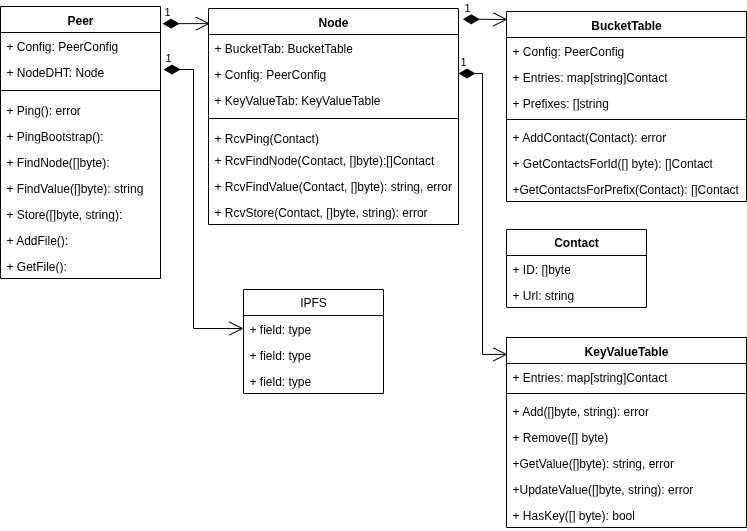
Earlier version of the draw.io export docs/DiagramaDeClasesPeer.png (rafaelputaro/tp7561). Source tidied: cells renumbered, new cells last; positions are measured from the earlier drawing's top-left corner, leaving out a move shared by most shapes.
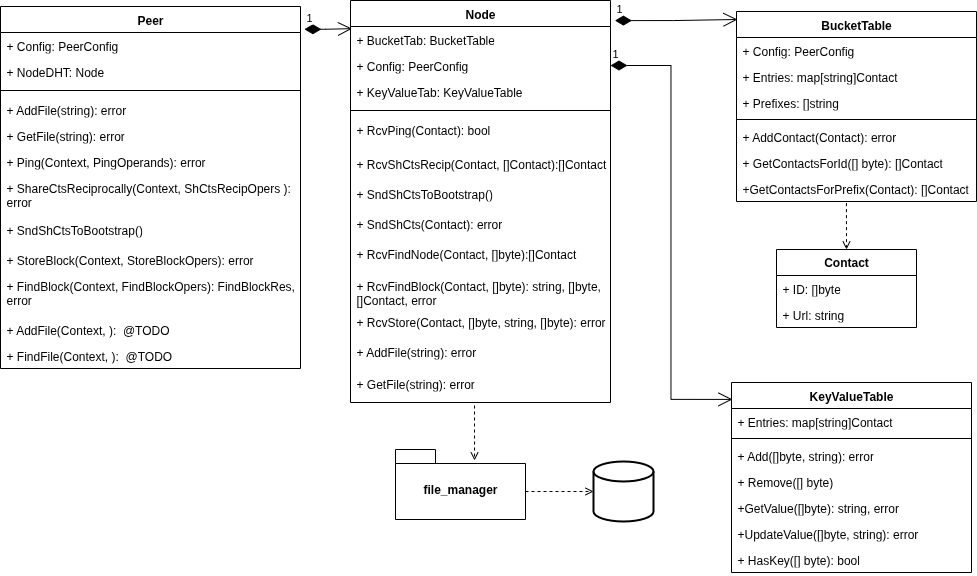
After the change.

Diff of the diagram source:
```diff
@@ -6,76 +6,88 @@
       <mxGeometry x="-1" y="3" relative="1" as="geometry" />
     </mxCell>
     <mxCell id="3" value="Peer" style="swimlane;fontStyle=1;align=center;verticalAlign=top;horizontal=1;startSize=26;whiteSpace=wrap;html=1;" parent="1" vertex="1">
-      <mxGeometry width="160" height="272" as="geometry" />
+      <mxGeometry y="8" width="300" height="362" as="geometry" />
     </mxCell>
     <mxCell id="4" value="+ Config: PeerConfig" style="text;strokeColor=none;fillColor=none;align=left;verticalAlign=top;spacingLeft=4;spacingRight=4;overflow=hidden;whiteSpace=wrap;html=1;" parent="3" vertex="1">
-      <mxGeometry y="26" width="160" height="26" as="geometry" />
+      <mxGeometry y="26" width="300" height="26" as="geometry" />
     </mxCell>
     <mxCell id="5" value="+ NodeDHT: Node" style="text;strokeColor=none;fillColor=none;align=left;verticalAlign=top;spacingLeft=4;spacingRight=4;overflow=hidden;whiteSpace=wrap;html=1;" parent="3" vertex="1">
-      <mxGeometry y="52" width="160" height="26" as="geometry" />
+      <mxGeometry y="52" width="300" height="26" as="geometry" />
     </mxCell>
     <mxCell id="6" style="line;strokeWidth=1;fillColor=none;align=left;verticalAlign=middle;spacingTop=-1;spacingLeft=3;spacingRight=3;labelPosition=right;strokeColor=inherit;" parent="3" vertex="1">
-      <mxGeometry y="78" width="160" height="12" as="geometry" />
+      <mxGeometry y="78" width="300" height="12" as="geometry" />
     </mxCell>
+    <mxCell id="12" value="+ AddFile(string): error" style="text;strokeColor=none;fillColor=none;align=left;verticalAlign=top;spacingLeft=4;spacingRight=4;overflow=hidden;whiteSpace=wrap;html=1;" parent="3" vertex="1">
+      <mxGeometry y="90" width="300" height="26" as="geometry" />
+    </mxCell>
+    <mxCell id="13" value="+ GetFile(string): error" style="text;strokeColor=none;fillColor=none;align=left;verticalAlign=top;spacingLeft=4;spacingRight=4;overflow=hidden;whiteSpace=wrap;html=1;" parent="3" vertex="1">
+      <mxGeometry y="116" width="300" height="26" as="geometry" />
+    </mxCell>
-    <mxCell id="7" value="+ Ping(): error" style="text;strokeColor=none;fillColor=none;align=left;verticalAlign=top;spacingLeft=4;spacingRight=4;overflow=hidden;whiteSpace=wrap;html=1;" parent="3" vertex="1">
-      <mxGeometry y="90" width="160" height="26" as="geometry" />
+    <mxCell id="7" value="+ Ping(Context, PingOperands): error" style="text;strokeColor=none;fillColor=none;align=left;verticalAlign=top;spacingLeft=4;spacingRight=4;overflow=hidden;whiteSpace=wrap;html=1;" parent="3" vertex="1">
+      <mxGeometry y="142" width="300" height="26" as="geometry" />
     </mxCell>
-    <mxCell id="8" value="+ PingBootstrap():" style="text;strokeColor=none;fillColor=none;align=left;verticalAlign=top;spacingLeft=4;spacingRight=4;overflow=hidden;whiteSpace=wrap;html=1;" parent="3" vertex="1">
-      <mxGeometry y="116" width="160" height="26" as="geometry" />
+    <mxCell id="8" value="+ ShareC&lt;span style=&quot;background-color: transparent; color: light-dark(rgb(0, 0, 0), rgb(255, 255, 255));&quot;&gt;tsReciprocally&lt;/span&gt;&lt;span style=&quot;background-color: transparent; color: light-dark(rgb(0, 0, 0), rgb(255, 255, 255));&quot;&gt;(Context, ShCtsRecipOpers ): error&lt;/span&gt;" style="text;strokeColor=none;fillColor=none;align=left;verticalAlign=top;spacingLeft=4;spacingRight=4;overflow=hidden;whiteSpace=wrap;html=1;" parent="3" vertex="1">
+      <mxGeometry y="168" width="300" height="42" as="geometry" />
     </mxCell>
+    <mxCell id="49" value="+ SndShCtsToBootstrap&lt;span style=&quot;background-color: transparent; color: light-dark(rgb(0, 0, 0), rgb(255, 255, 255));&quot;&gt;()&lt;/span&gt;" style="text;strokeColor=none;fillColor=none;align=left;verticalAlign=top;spacingLeft=4;spacingRight=4;overflow=hidden;whiteSpace=wrap;html=1;" parent="3" vertex="1">
+      <mxGeometry y="210" width="300" height="30" as="geometry" />
+    </mxCell>
-    <mxCell id="9" value="+ FindNode([]byte):" style="text;strokeColor=none;fillColor=none;align=left;verticalAlign=top;spacingLeft=4;spacingRight=4;overflow=hidden;whiteSpace=wrap;html=1;" parent="3" vertex="1">
-      <mxGeometry y="142" width="160" height="26" as="geometry" />
+    <mxCell id="9" value="+ StoreBlock(Context, StoreBlockOpers): error" style="text;strokeColor=none;fillColor=none;align=left;verticalAlign=top;spacingLeft=4;spacingRight=4;overflow=hidden;whiteSpace=wrap;html=1;" parent="3" vertex="1">
+      <mxGeometry y="240" width="300" height="26" as="geometry" />
     </mxCell>
-    <mxCell id="10" value="+ FindValue([]byte): string" style="text;strokeColor=none;fillColor=none;align=left;verticalAlign=top;spacingLeft=4;spacingRight=4;overflow=hidden;whiteSpace=wrap;html=1;" parent="3" vertex="1">
-      <mxGeometry y="168" width="160" height="26" as="geometry" />
+    <mxCell id="10" value="+ FindBlock&lt;span style=&quot;background-color: transparent; color: light-dark(rgb(0, 0, 0), rgb(255, 255, 255));&quot;&gt;(Context, FindBlockOpers): FindBlockRes, error&lt;/span&gt;" style="text;strokeColor=none;fillColor=none;align=left;verticalAlign=top;spacingLeft=4;spacingRight=4;overflow=hidden;whiteSpace=wrap;html=1;" parent="3" vertex="1">
+      <mxGeometry y="266" width="300" height="44" as="geometry" />
     </mxCell>
-    <mxCell id="11" value="+ Store([]byte, string):" style="text;strokeColor=none;fillColor=none;align=left;verticalAlign=top;spacingLeft=4;spacingRight=4;overflow=hidden;whiteSpace=wrap;html=1;" parent="3" vertex="1">
-      <mxGeometry y="194" width="160" height="26" as="geometry" />
-    </mxCell>
-    <mxCell id="12" value="+ AddFile():" style="text;strokeColor=none;fillColor=none;align=left;verticalAlign=top;spacingLeft=4;spacingRight=4;overflow=hidden;whiteSpace=wrap;html=1;" parent="3" vertex="1">
-      <mxGeometry y="220" width="160" height="26" as="geometry" />
-    </mxCell>
-    <mxCell id="13" value="+ GetFile():" style="text;strokeColor=none;fillColor=none;align=left;verticalAlign=top;spacingLeft=4;spacingRight=4;overflow=hidden;whiteSpace=wrap;html=1;" parent="3" vertex="1">
-      <mxGeometry y="246" width="160" height="26" as="geometry" />
-    </mxCell>
+    <mxCell id="50" value="+ AddFile(Context, ):&amp;nbsp; @TODO" style="text;strokeColor=none;fillColor=none;align=left;verticalAlign=top;spacingLeft=4;spacingRight=4;overflow=hidden;whiteSpace=wrap;html=1;" parent="3" vertex="1">
+      <mxGeometry y="310" width="300" height="26" as="geometry" />
+    </mxCell>
+    <mxCell id="51" value="+ FindFile(Context, ):&amp;nbsp; @TODO" style="text;strokeColor=none;fillColor=none;align=left;verticalAlign=top;spacingLeft=4;spacingRight=4;overflow=hidden;whiteSpace=wrap;html=1;" parent="3" vertex="1">
+      <mxGeometry y="336" width="300" height="26" as="geometry" />
+    </mxCell>
     <mxCell id="14" value="Node" style="swimlane;fontStyle=1;align=center;verticalAlign=top;horizontal=1;startSize=26;whiteSpace=wrap;html=1;" parent="1" vertex="1">
-      <mxGeometry x="208" y="2" width="250" height="216" as="geometry" />
+      <mxGeometry x="350" y="2" width="260" height="402" as="geometry" />
     </mxCell>
     <mxCell id="15" value="+ BucketTab: BucketTable" style="text;strokeColor=none;fillColor=none;align=left;verticalAlign=top;spacingLeft=4;spacingRight=4;overflow=hidden;whiteSpace=wrap;html=1;" parent="14" vertex="1">
-      <mxGeometry y="26" width="250" height="26" as="geometry" />
+      <mxGeometry y="26" width="260" height="26" as="geometry" />
     </mxCell>
-    <mxCell id="16" value="1" style="endArrow=open;html=1;endSize=12;startArrow=diamondThin;startSize=14;startFill=1;edgeStyle=orthogonalEdgeStyle;align=left;verticalAlign=bottom;rounded=0;entryX=0;entryY=0.5;entryDx=0;entryDy=0;" parent="14" edge="1" target="43">
-      <mxGeometry x="-1" y="3" relative="1" as="geometry">
-        <mxPoint x="-45" y="61" as="sourcePoint" />
-        <Array as="points">
-          <mxPoint x="-15" y="61" />
-          <mxPoint x="-15" y="320" />
-        </Array>
-      </mxGeometry>
-    </mxCell>
     <mxCell id="17" value="+ Config: PeerConfig" style="text;strokeColor=none;fillColor=none;align=left;verticalAlign=top;spacingLeft=4;spacingRight=4;overflow=hidden;points=[[0,0.5],[1,0.5]];portConstraint=eastwest;whiteSpace=wrap;html=1;" parent="14" vertex="1">
-      <mxGeometry y="52" width="250" height="26" as="geometry" />
+      <mxGeometry y="52" width="260" height="26" as="geometry" />
     </mxCell>
     <mxCell id="18" value="+ KeyValueTab: KeyValueTable" style="text;strokeColor=none;fillColor=none;align=left;verticalAlign=top;spacingLeft=4;spacingRight=4;overflow=hidden;whiteSpace=wrap;html=1;" parent="14" vertex="1">
-      <mxGeometry y="78" width="250" height="26" as="geometry" />
+      <mxGeometry y="78" width="260" height="26" as="geometry" />
     </mxCell>
     <mxCell id="19" style="line;strokeWidth=1;fillColor=none;align=left;verticalAlign=middle;spacingTop=-1;spacingLeft=3;spacingRight=3;labelPosition=right;strokeColor=inherit;" parent="14" vertex="1">
-      <mxGeometry y="104" width="250" height="12" as="geometry" />
+      <mxGeometry y="104" width="260" height="12" as="geometry" />
     </mxCell>
+    <mxCell id="52" value="+ RcvPing(Contact): bool" style="text;strokeColor=none;fillColor=none;align=left;verticalAlign=top;spacingLeft=4;spacingRight=4;overflow=hidden;whiteSpace=wrap;html=1;" parent="14" vertex="1">
+      <mxGeometry y="116" width="260" height="34" as="geometry" />
+    </mxCell>
+    <mxCell id="53" value="+ RcvShCtsRecip(Contact, []Contact):[]Contact" style="text;strokeColor=none;fillColor=none;align=left;verticalAlign=top;spacingLeft=4;spacingRight=4;overflow=hidden;whiteSpace=wrap;html=1;" parent="14" vertex="1">
+      <mxGeometry y="150" width="260" height="30" as="geometry" />
+    </mxCell>
+    <mxCell id="54" value="+ SndShCtsToBootstrap()" style="text;strokeColor=none;fillColor=none;align=left;verticalAlign=top;spacingLeft=4;spacingRight=4;overflow=hidden;whiteSpace=wrap;html=1;" parent="14" vertex="1">
+      <mxGeometry y="180" width="260" height="30" as="geometry" />
+    </mxCell>
+    <mxCell id="55" value="+ SndShCts(Contact): error" style="text;strokeColor=none;fillColor=none;align=left;verticalAlign=top;spacingLeft=4;spacingRight=4;overflow=hidden;whiteSpace=wrap;html=1;" parent="14" vertex="1">
+      <mxGeometry y="210" width="260" height="30" as="geometry" />
+    </mxCell>
+    <mxCell id="21" value="+ RcvFindNode(Contact, []byte):[]Contact" style="text;strokeColor=none;fillColor=none;align=left;verticalAlign=top;spacingLeft=4;spacingRight=4;overflow=hidden;whiteSpace=wrap;html=1;" parent="14" vertex="1">
+      <mxGeometry y="240" width="260" height="32" as="geometry" />
+    </mxCell>
+    <mxCell id="56" value="+ RcvFindBlock(Contact, []byte): string, []byte, []Contact, error" style="text;strokeColor=none;fillColor=none;align=left;verticalAlign=top;spacingLeft=4;spacingRight=4;overflow=hidden;whiteSpace=wrap;html=1;" parent="14" vertex="1">
+      <mxGeometry y="272" width="260" height="36" as="geometry" />
+    </mxCell>
+    <mxCell id="57" value="+ RcvStore(Contact, []byte, string, []byte): error" style="text;strokeColor=none;fillColor=none;align=left;verticalAlign=top;spacingLeft=4;spacingRight=4;overflow=hidden;whiteSpace=wrap;html=1;" parent="14" vertex="1">
+      <mxGeometry y="308" width="260" height="30" as="geometry" />
+    </mxCell>
-    <mxCell id="20" value="+ RcvPing(Contact)" style="text;strokeColor=none;fillColor=none;align=left;verticalAlign=top;spacingLeft=4;spacingRight=4;overflow=hidden;whiteSpace=wrap;html=1;" parent="14" vertex="1">
-      <mxGeometry y="116" width="250" height="22" as="geometry" />
+    <mxCell id="20" value="+ AddFile(string): error" style="text;strokeColor=none;fillColor=none;align=left;verticalAlign=top;spacingLeft=4;spacingRight=4;overflow=hidden;whiteSpace=wrap;html=1;" parent="14" vertex="1">
+      <mxGeometry y="338" width="260" height="32" as="geometry" />
     </mxCell>
-    <mxCell id="21" value="+ RcvFindNode(Contact, []byte):[]Contact" style="text;strokeColor=none;fillColor=none;align=left;verticalAlign=top;spacingLeft=4;spacingRight=4;overflow=hidden;whiteSpace=wrap;html=1;" parent="14" vertex="1">
-      <mxGeometry y="138" width="250" height="26" as="geometry" />
-    </mxCell>
-    <mxCell id="22" value="+ RcvFindValue(Contact, []byte): string, error" style="text;strokeColor=none;fillColor=none;align=left;verticalAlign=top;spacingLeft=4;spacingRight=4;overflow=hidden;whiteSpace=wrap;html=1;" parent="14" vertex="1">
-      <mxGeometry y="164" width="250" height="26" as="geometry" />
-    </mxCell>
-    <mxCell id="23" value="+ RcvStore(Contact, []byte, string): error" style="text;strokeColor=none;fillColor=none;align=left;verticalAlign=top;spacingLeft=4;spacingRight=4;overflow=hidden;whiteSpace=wrap;html=1;" parent="14" vertex="1">
-      <mxGeometry y="190" width="250" height="26" as="geometry" />
-    </mxCell>
+    <mxCell id="58" value="+ GetFile(string): error" style="text;strokeColor=none;fillColor=none;align=left;verticalAlign=top;spacingLeft=4;spacingRight=4;overflow=hidden;points=[[0,0.5],[1,0.5]];portConstraint=eastwest;whiteSpace=wrap;html=1;" parent="14" vertex="1">
+      <mxGeometry y="370" width="260" height="32" as="geometry" />
+    </mxCell>
     <mxCell id="24" value="BucketTable" style="swimlane;fontStyle=1;align=center;verticalAlign=top;horizontal=1;startSize=26;whiteSpace=wrap;html=1;" parent="1" vertex="1">
-      <mxGeometry x="506" y="5" width="240" height="190" as="geometry" />
+      <mxGeometry x="736" y="13" width="240" height="190" as="geometry" />
     </mxCell>
     <mxCell id="25" value="+ Config: PeerConfig" style="text;strokeColor=none;fillColor=none;align=left;verticalAlign=top;spacingLeft=4;spacingRight=4;overflow=hidden;whiteSpace=wrap;html=1;" parent="24" vertex="1">
       <mxGeometry y="26" width="240" height="26" as="geometry" />
@@ -102,7 +114,7 @@
       <mxGeometry x="-1" y="3" relative="1" as="geometry" />
     </mxCell>
     <mxCell id="33" value="KeyValueTable" style="swimlane;fontStyle=1;align=center;verticalAlign=top;horizontal=1;startSize=26;whiteSpace=wrap;html=1;" parent="1" vertex="1">
-      <mxGeometry x="506" y="331" width="240" height="190" as="geometry" />
+      <mxGeometry x="731" y="384" width="240" height="190" as="geometry" />
     </mxCell>
     <mxCell id="34" value="+ Entries: map[string]Contact" style="text;strokeColor=none;fillColor=none;align=left;verticalAlign=top;spacingLeft=4;spacingRight=4;overflow=hidden;whiteSpace=wrap;html=1;" parent="33" vertex="1">
       <mxGeometry y="26" width="240" height="26" as="geometry" />
@@ -128,20 +140,8 @@
     <mxCell id="41" value="1" style="endArrow=open;html=1;endSize=12;startArrow=diamondThin;startSize=14;startFill=1;edgeStyle=orthogonalEdgeStyle;align=left;verticalAlign=bottom;rounded=0;exitX=1;exitY=0.5;exitDx=0;exitDy=0;entryX=0.004;entryY=0.089;entryDx=0;entryDy=0;entryPerimeter=0;" parent="1" edge="1" source="17" target="33">
       <mxGeometry x="-1" y="3" relative="1" as="geometry" />
     </mxCell>
-    <mxCell id="42" value="IPFS" style="swimlane;fontStyle=0;horizontal=1;startSize=26;fillColor=none;whiteSpace=wrap;html=1;" parent="1" vertex="1">
-      <mxGeometry x="243" y="283" width="140" height="104" as="geometry" />
-    </mxCell>
-    <mxCell id="43" value="+ field: type" style="text;strokeColor=none;fillColor=none;align=left;verticalAlign=top;spacingLeft=4;spacingRight=4;overflow=hidden;points=[[0,0.5],[1,0.5]];portConstraint=eastwest;whiteSpace=wrap;html=1;" parent="42" vertex="1">
-      <mxGeometry y="26" width="140" height="26" as="geometry" />
-    </mxCell>
-    <mxCell id="44" value="+ field: type" style="text;strokeColor=none;fillColor=none;align=left;verticalAlign=top;spacingLeft=4;spacingRight=4;overflow=hidden;whiteSpace=wrap;html=1;" parent="42" vertex="1">
-      <mxGeometry y="52" width="140" height="26" as="geometry" />
-    </mxCell>
-    <mxCell id="45" value="+ field: type" style="text;strokeColor=none;fillColor=none;align=left;verticalAlign=top;spacingLeft=4;spacingRight=4;overflow=hidden;whiteSpace=wrap;html=1;" parent="42" vertex="1">
-      <mxGeometry y="78" width="140" height="26" as="geometry" />
-    </mxCell>
     <mxCell id="46" value="&lt;b&gt;Contact&lt;/b&gt;" style="swimlane;fontStyle=0;horizontal=1;startSize=26;fillColor=none;whiteSpace=wrap;html=1;" parent="1" vertex="1">
-      <mxGeometry x="506" y="223" width="140" height="78" as="geometry" />
+      <mxGeometry x="776" y="251" width="140" height="78" as="geometry" />
     </mxCell>
     <mxCell id="47" value="+ ID: []byte" style="text;strokeColor=none;fillColor=none;align=left;verticalAlign=top;spacingLeft=4;spacingRight=4;overflow=hidden;whiteSpace=wrap;html=1;" parent="46" vertex="1">
       <mxGeometry y="26" width="140" height="26" as="geometry" />
@@ -149,5 +149,20 @@
     <mxCell id="48" value="+ Url: string" style="text;strokeColor=none;fillColor=none;align=left;verticalAlign=top;spacingLeft=4;spacingRight=4;overflow=hidden;whiteSpace=wrap;html=1;" parent="46" vertex="1">
       <mxGeometry y="52" width="140" height="26" as="geometry" />
     </mxCell>
+    <mxCell id="59" value="file_manager" style="shape=folder;fontStyle=1;spacingTop=10;tabWidth=40;tabHeight=14;tabPosition=left;html=1;whiteSpace=wrap;" parent="1" vertex="1">
+      <mxGeometry x="395" y="451" width="130" height="70" as="geometry" />
+    </mxCell>
+    <mxCell id="60" style="endArrow=open;html=1;rounded=0;exitX=0.477;exitY=1.094;exitDx=0;exitDy=0;exitPerimeter=0;entryX=0.608;entryY=0.157;entryDx=0;entryDy=0;entryPerimeter=0;dashed=1;endFill=0;" parent="1" edge="1" source="58" target="59">
+      <mxGeometry relative="1" as="geometry" />
+    </mxCell>
+    <mxCell id="61" style="endArrow=open;html=1;rounded=0;exitX=0.458;exitY=1.063;exitDx=0;exitDy=0;exitPerimeter=0;entryX=0.5;entryY=0;entryDx=0;entryDy=0;dashed=1;endFill=0;" parent="1" edge="1" source="31" target="46">
+      <mxGeometry relative="1" as="geometry" />
+    </mxCell>
+    <mxCell id="62" style="strokeWidth=2;html=1;shape=mxgraph.flowchart.database;whiteSpace=wrap;" parent="1" vertex="1">
+      <mxGeometry x="593" y="463" width="60" height="60" as="geometry" />
+    </mxCell>
+    <mxCell id="63" style="endArrow=open;html=1;rounded=0;exitX=0;exitY=0;exitDx=130;exitDy=42;dashed=1;endFill=0;exitPerimeter=0;entryX=0;entryY=0.5;entryDx=0;entryDy=0;entryPerimeter=0;" parent="1" edge="1" source="59" target="62">
+      <mxGeometry relative="1" as="geometry" />
+    </mxCell>
   </root>
 </mxGraphModel>
```
